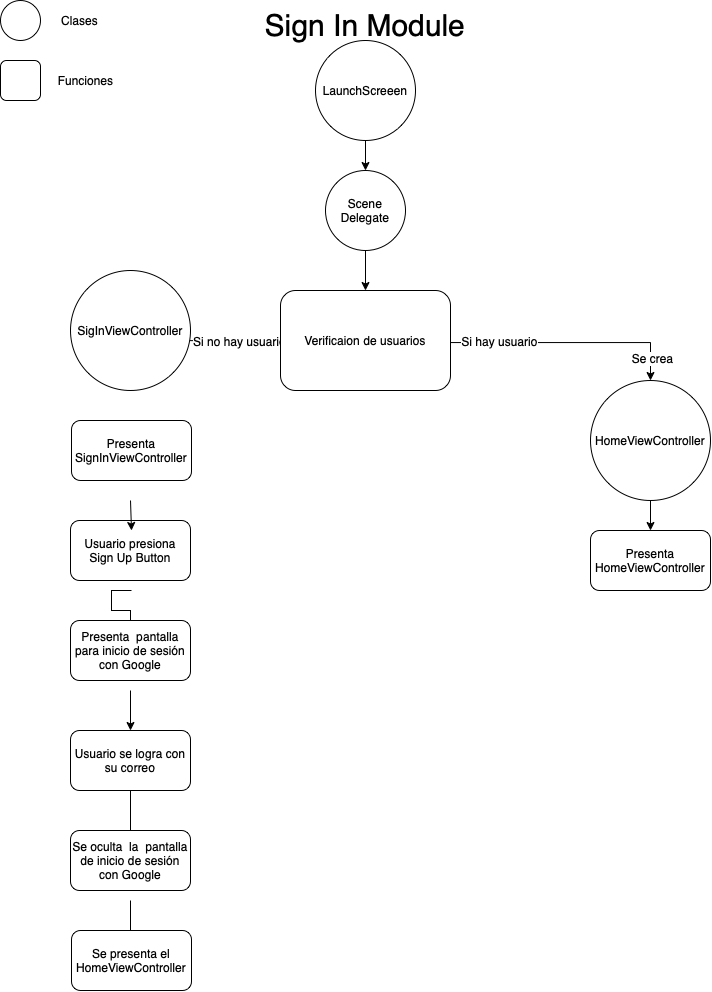
Before: resources/loginFlowDiagram.drawio.png, a diagram exported from draw.io (YormanColina/Jobly). Source tidied: cells renumbered, new cells last; positions are measured from the earlier drawing's top-left corner, leaving out a move shared by most shapes.
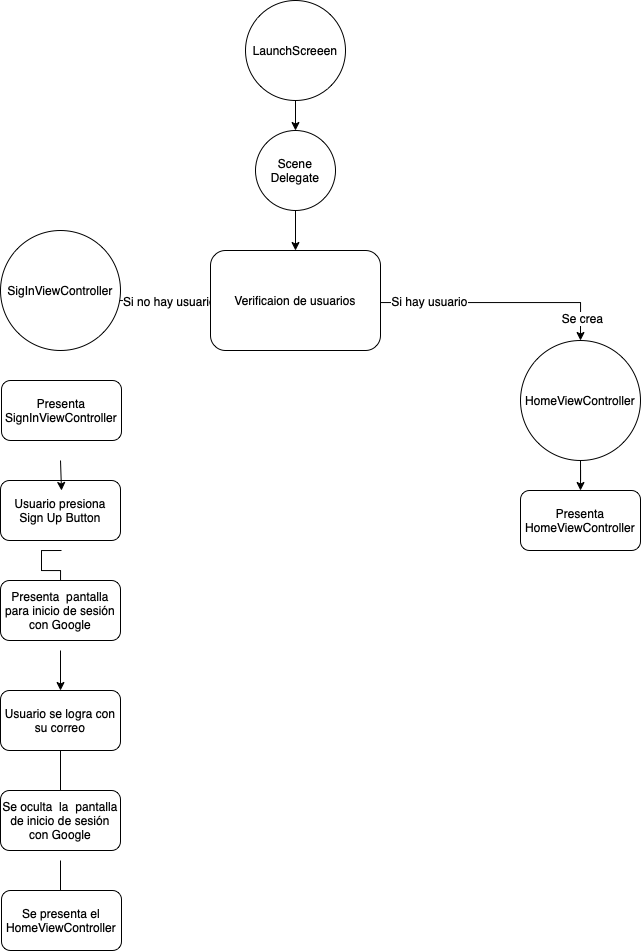
After the change.

The edit, as a diff of the source:
```diff
@@ -2,21 +2,6 @@
   <root>
     <mxCell id="0" />
     <mxCell id="1" parent="0" />
-    <mxCell id="2" value="Sign In Module" style="text;html=1;strokeColor=none;fillColor=none;align=center;verticalAlign=middle;whiteSpace=wrap;rounded=0;fontSize=30;" parent="1" vertex="1">
-      <mxGeometry x="240" y="10" width="250" height="30" as="geometry" />
-    </mxCell>
-    <mxCell id="3" style="ellipse;whiteSpace=wrap;html=1;fontSize=30;" parent="1" vertex="1">
-      <mxGeometry width="40" height="40" as="geometry" />
-    </mxCell>
-    <mxCell id="4" style="rounded=1;whiteSpace=wrap;html=1;fontSize=30;" parent="1" vertex="1">
-      <mxGeometry y="60" width="40" height="40" as="geometry" />
-    </mxCell>
-    <mxCell id="5" value="Clases" style="text;html=1;align=center;verticalAlign=middle;strokeColor=none;fillColor=none;fontSize=12;" parent="1" vertex="1">
-      <mxGeometry x="54" y="10" width="50" height="20" as="geometry" />
-    </mxCell>
-    <mxCell id="6" value="Funciones" style="text;html=1;align=center;verticalAlign=middle;strokeColor=none;fillColor=none;fontSize=12;" parent="1" vertex="1">
-      <mxGeometry x="50" y="70" width="70" height="20" as="geometry" />
-    </mxCell>
     <mxCell id="7" style="edgeStyle=orthogonalEdgeStyle;rounded=0;orthogonalLoop=1;jettySize=auto;html=1;fontSize=12;" parent="1" edge="1">
       <mxGeometry relative="1" as="geometry">
         <mxPoint x="365" y="250" as="sourcePoint" />
```
